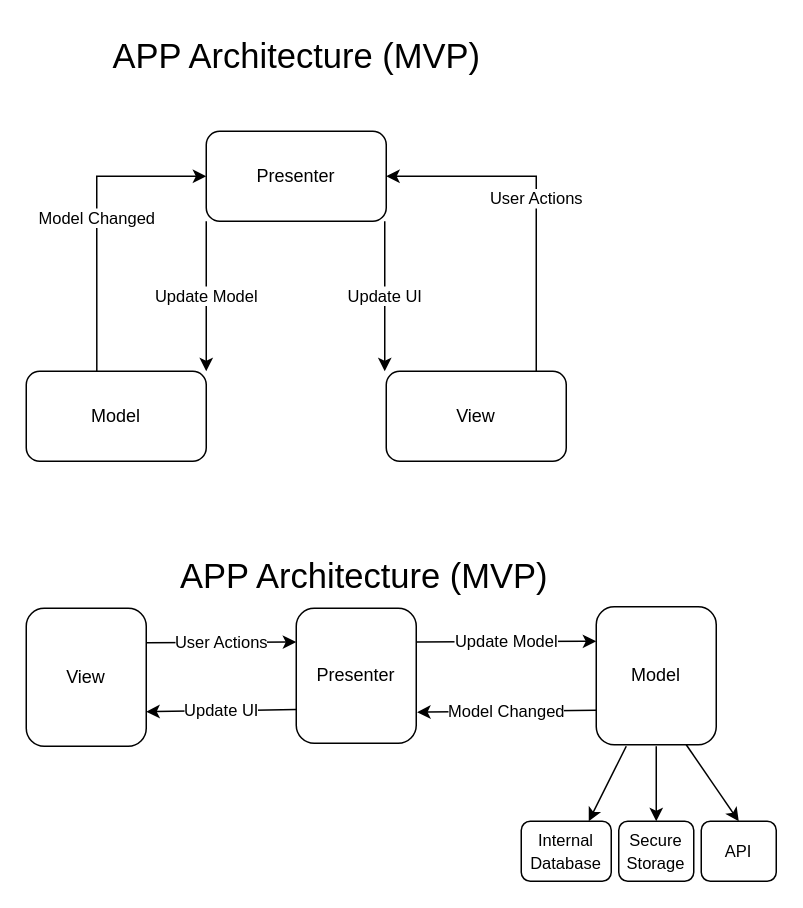
Earlier version of the draw.io diagram page "version 1" (2 of 2) of documentation/mobile_architecture.drawio (edvig/dts_project). Source tidied: cells renumbered, new cells numbered last; positions are measured from the earlier drawing's top-left corner, leaving out a move shared by most shapes. Both pictures are drawn from the tidied source at 150%, with x=0, y=0 at pixel (26, 26).
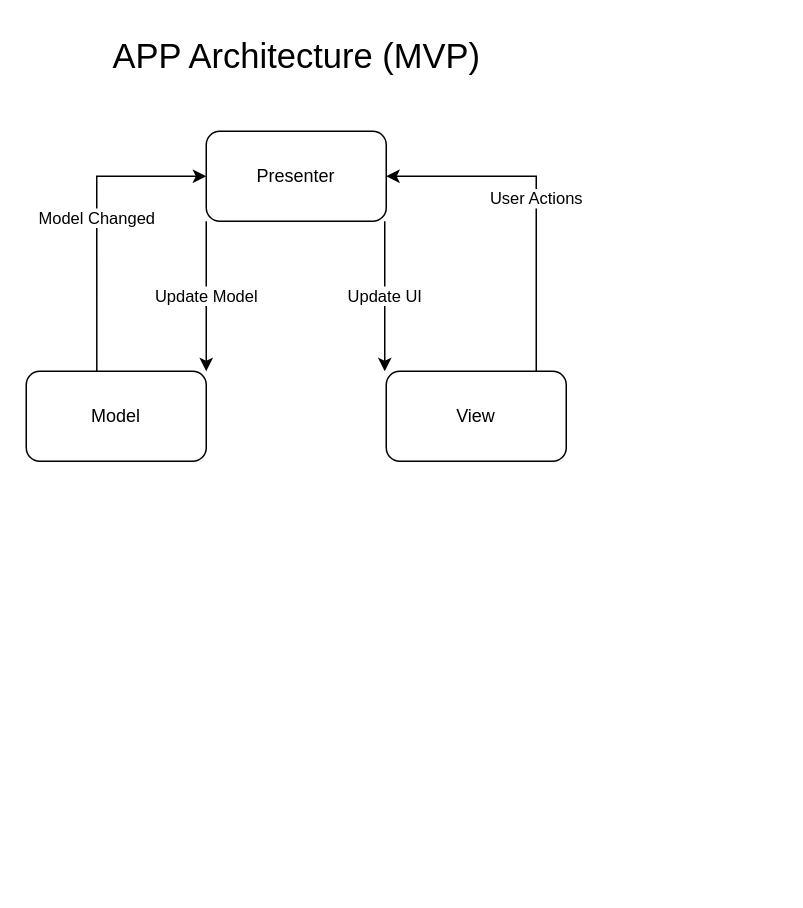
Above is the later version.

Diff of the diagram source:
```diff
@@
-    <mxCell id="10" value="View" style="rounded=1;whiteSpace=wrap;html=1;" parent="1" vertex="1">
-      <mxGeometry y="388" width="80" height="92" as="geometry" />
-    </mxCell>
-    <mxCell id="11" value="Presenter" style="rounded=1;whiteSpace=wrap;html=1;" parent="1" vertex="1">
-      <mxGeometry x="180" y="388" width="80" height="90" as="geometry" />
-    </mxCell>
-    <mxCell id="12" value="Model" style="rounded=1;whiteSpace=wrap;html=1;" parent="1" vertex="1">
-      <mxGeometry x="380" y="387" width="80" height="92" as="geometry" />
-    </mxCell>
-    <mxCell id="13" value="User Actions" style="endArrow=classic;html=1;rounded=0;exitX=1;exitY=0.25;exitDx=0;exitDy=0;entryX=0;entryY=0.25;entryDx=0;entryDy=0;" parent="1" edge="1" source="10" target="11">
-      <mxGeometry relative="1" as="geometry" />
-    </mxCell>
-    <mxCell id="14" value="Update Model" style="endArrow=classic;html=1;rounded=0;exitX=1;exitY=0.25;exitDx=0;exitDy=0;entryX=0;entryY=0.25;entryDx=0;entryDy=0;" parent="1" edge="1" source="11" target="12">
-      <mxGeometry relative="1" as="geometry" />
-    </mxCell>
-    <mxCell id="15" value="Model Changed" style="endArrow=classic;html=1;rounded=0;exitX=0;exitY=0.75;exitDx=0;exitDy=0;entryX=1.007;entryY=0.77;entryDx=0;entryDy=0;entryPerimeter=0;" parent="1" edge="1" source="12" target="11">
-      <mxGeometry relative="1" as="geometry" />
-    </mxCell>
-    <mxCell id="16" value="Update UI" style="endArrow=classic;html=1;rounded=0;exitX=0;exitY=0.75;exitDx=0;exitDy=0;entryX=1;entryY=0.75;entryDx=0;entryDy=0;" parent="1" edge="1" source="11" target="10">
-      <mxGeometry relative="1" as="geometry" />
-    </mxCell>
-    <mxCell id="17" value="&lt;font style=&quot;font-size: 11px;&quot;&gt;API&lt;/font&gt;" style="rounded=1;whiteSpace=wrap;html=1;" parent="1" vertex="1">
-      <mxGeometry x="450" y="530" width="50" height="40" as="geometry" />
-    </mxCell>
-    <mxCell id="18" value="&lt;font style=&quot;font-size: 11px;&quot;&gt;Internal&lt;br&gt;Database&lt;/font&gt;" style="rounded=1;whiteSpace=wrap;html=1;" parent="1" vertex="1">
-      <mxGeometry x="330" y="530" width="60" height="40" as="geometry" />
-    </mxCell>
-    <mxCell id="19" value="&lt;font style=&quot;font-size: 11px;&quot;&gt;Secure&lt;br&gt;Storage&lt;br&gt;&lt;/font&gt;" style="rounded=1;whiteSpace=wrap;html=1;" parent="1" vertex="1">
-      <mxGeometry x="395" y="530" width="50" height="40" as="geometry" />
-    </mxCell>
-    <mxCell id="20" style="endArrow=classic;html=1;rounded=0;fontSize=11;exitX=0.75;exitY=1;exitDx=0;exitDy=0;entryX=0.5;entryY=0;entryDx=0;entryDy=0;" parent="1" edge="1" source="12" target="17">
-      <mxGeometry relative="1" as="geometry" />
-    </mxCell>
-    <mxCell id="21" style="endArrow=classic;html=1;rounded=0;fontSize=11;entryX=0.5;entryY=0;entryDx=0;entryDy=0;" parent="1" edge="1" target="19">
-      <mxGeometry relative="1" as="geometry">
-        <mxPoint x="420" y="480" as="sourcePoint" />
-      </mxGeometry>
-    </mxCell>
-    <mxCell id="22" style="endArrow=classic;html=1;rounded=0;fontSize=11;entryX=0.75;entryY=0;entryDx=0;entryDy=0;" parent="1" edge="1" target="18">
-      <mxGeometry relative="1" as="geometry">
-        <mxPoint x="400" y="480" as="sourcePoint" />
-      </mxGeometry>
-    </mxCell>
-    <mxCell id="23" value="&lt;font style=&quot;font-size: 23px;&quot;&gt;APP Architecture (MVP)&lt;/font&gt;" style="text;html=1;align=center;verticalAlign=middle;fillColor=none;strokeColor=none;rounded=0;strokeWidth=4;" parent="1" vertex="1">
-      <mxGeometry x="90" y="347" width="270" height="40" as="geometry" />
-    </mxCell>
```
